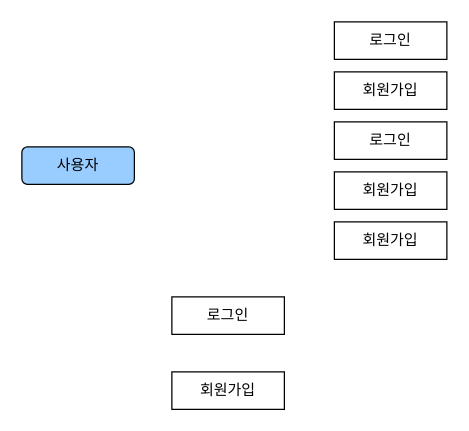
Earlier version of the draw.io diagram UI Process.drawio (NAMSONGYOON/html5). Source tidied: cells renumbered, new cells numbered last; positions are measured from the earlier drawing's top-left corner, leaving out a move shared by most shapes. Both pictures are drawn from the tidied source at 125%, with x=0, y=0 at pixel (21, 21).
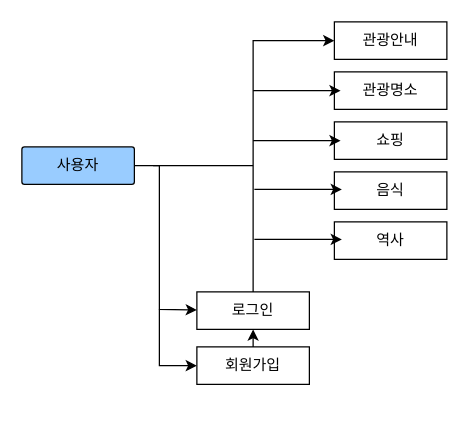
The same page after the edit.

The edit, as a diff of the source:
```diff
@@
-    <mxCell id="2" value="사용자" style="rounded=1;whiteSpace=wrap;html=1;fillColor=#99CCFF;" parent="1" vertex="1">
+    <mxCell id="2" value="사용자" style="rounded=1;whiteSpace=wrap;html=1;fillColor=#99CCFF;arcSize=7;" parent="1" vertex="1">
       <mxGeometry y="100" width="90" height="30" as="geometry" />
     </mxCell>
     <mxCell id="3" value="로그인" style="rounded=0;whiteSpace=wrap;html=1;fillColor=#FFFFFF;" parent="1" vertex="1">
-      <mxGeometry x="120" y="220" width="90" height="30" as="geometry" />
+      <mxGeometry x="140" y="216" width="90" height="30" as="geometry" />
     </mxCell>
     <mxCell id="4" value="회원가입" style="rounded=0;whiteSpace=wrap;html=1;fillColor=#FFFFFF;" parent="1" vertex="1">
-      <mxGeometry x="120" y="280" width="90" height="30" as="geometry" />
+      <mxGeometry x="140" y="260" width="90" height="30" as="geometry" />
     </mxCell>
-    <mxCell id="5" value="로그인" style="rounded=0;whiteSpace=wrap;html=1;fillColor=#FFFFFF;" parent="1" vertex="1">
+    <mxCell id="5" value="관광안내" style="rounded=0;whiteSpace=wrap;html=1;fillColor=#FFFFFF;" parent="1" vertex="1">
       <mxGeometry x="250" width="90" height="30" as="geometry" />
     </mxCell>
-    <mxCell id="6" value="회원가입" style="rounded=0;whiteSpace=wrap;html=1;fillColor=#FFFFFF;" parent="1" vertex="1">
+    <mxCell id="6" value="관광명소" style="rounded=0;whiteSpace=wrap;html=1;fillColor=#FFFFFF;" parent="1" vertex="1">
       <mxGeometry x="250" y="40" width="90" height="30" as="geometry" />
     </mxCell>
-    <mxCell id="7" value="로그인" style="rounded=0;whiteSpace=wrap;html=1;fillColor=#FFFFFF;" parent="1" vertex="1">
+    <mxCell id="7" value="쇼핑" style="rounded=0;whiteSpace=wrap;html=1;fillColor=#FFFFFF;" parent="1" vertex="1">
       <mxGeometry x="250" y="80" width="90" height="30" as="geometry" />
     </mxCell>
-    <mxCell id="8" value="회원가입" style="rounded=0;whiteSpace=wrap;html=1;fillColor=#FFFFFF;" parent="1" vertex="1">
+    <mxCell id="8" value="음식" style="rounded=0;whiteSpace=wrap;html=1;fillColor=#FFFFFF;" parent="1" vertex="1">
       <mxGeometry x="250" y="120" width="90" height="30" as="geometry" />
     </mxCell>
-    <mxCell id="9" value="회원가입" style="rounded=0;whiteSpace=wrap;html=1;fillColor=#FFFFFF;" parent="1" vertex="1">
+    <mxCell id="9" value="역사" style="rounded=0;whiteSpace=wrap;html=1;fillColor=#FFFFFF;" parent="1" vertex="1">
       <mxGeometry x="250" y="160" width="90" height="30" as="geometry" />
     </mxCell>
+    <mxCell id="10" style="endArrow=classic;html=1;rounded=0;exitX=1;exitY=0.5;exitDx=0;exitDy=0;" parent="1" edge="1" source="2" target="3">
+      <mxGeometry relative="1" as="geometry">
+        <Array as="points">
+          <mxPoint x="110" y="115" />
+          <mxPoint x="110" y="230" />
+        </Array>
+      </mxGeometry>
+    </mxCell>
+    <mxCell id="11" style="endArrow=classic;html=1;rounded=0;entryX=0;entryY=0.5;entryDx=0;entryDy=0;" parent="1" edge="1" target="4">
+      <mxGeometry relative="1" as="geometry">
+        <mxPoint x="110" y="230" as="sourcePoint" />
+        <Array as="points">
+          <mxPoint x="110" y="275" />
+        </Array>
+      </mxGeometry>
+    </mxCell>
+    <mxCell id="12" style="endArrow=classic;html=1;rounded=0;exitX=0.5;exitY=0;exitDx=0;exitDy=0;entryX=0.5;entryY=1;entryDx=0;entryDy=0;" parent="1" edge="1" source="4" target="3">
+      <mxGeometry relative="1" as="geometry" />
+    </mxCell>
+    <mxCell id="13" style="endArrow=classic;html=1;rounded=0;exitX=0.5;exitY=0;exitDx=0;exitDy=0;entryX=0;entryY=0.5;entryDx=0;entryDy=0;" parent="1" edge="1" source="3" target="5">
+      <mxGeometry relative="1" as="geometry">
+        <Array as="points">
+          <mxPoint x="185" y="15" />
+        </Array>
+      </mxGeometry>
+    </mxCell>
+    <mxCell id="14" style="endArrow=none;html=1;rounded=0;" parent="1" edge="1">
+      <mxGeometry relative="1" as="geometry">
+        <mxPoint x="105" y="115" as="sourcePoint" />
+        <mxPoint x="185" y="115" as="targetPoint" />
+      </mxGeometry>
+    </mxCell>
+    <mxCell id="15" style="endArrow=classic;html=1;rounded=0;entryX=0;entryY=0.5;entryDx=0;entryDy=0;" parent="1" edge="1">
+      <mxGeometry relative="1" as="geometry">
+        <mxPoint x="185" y="55" as="sourcePoint" />
+        <mxPoint x="255" y="55" as="targetPoint" />
+      </mxGeometry>
+    </mxCell>
+    <mxCell id="16" style="endArrow=classic;html=1;rounded=0;entryX=0;entryY=0.5;entryDx=0;entryDy=0;" parent="1" edge="1">
+      <mxGeometry relative="1" as="geometry">
+        <mxPoint x="185" y="95" as="sourcePoint" />
+        <mxPoint x="255" y="95" as="targetPoint" />
+      </mxGeometry>
+    </mxCell>
+    <mxCell id="17" style="endArrow=classic;html=1;rounded=0;entryX=0;entryY=0.5;entryDx=0;entryDy=0;" parent="1" edge="1">
+      <mxGeometry relative="1" as="geometry">
+        <mxPoint x="186" y="134" as="sourcePoint" />
+        <mxPoint x="256" y="134" as="targetPoint" />
+      </mxGeometry>
+    </mxCell>
+    <mxCell id="18" style="endArrow=classic;html=1;rounded=0;entryX=0;entryY=0.5;entryDx=0;entryDy=0;" parent="1" edge="1">
+      <mxGeometry relative="1" as="geometry">
+        <mxPoint x="186" y="174" as="sourcePoint" />
+        <mxPoint x="256" y="174" as="targetPoint" />
+      </mxGeometry>
+    </mxCell>
```
